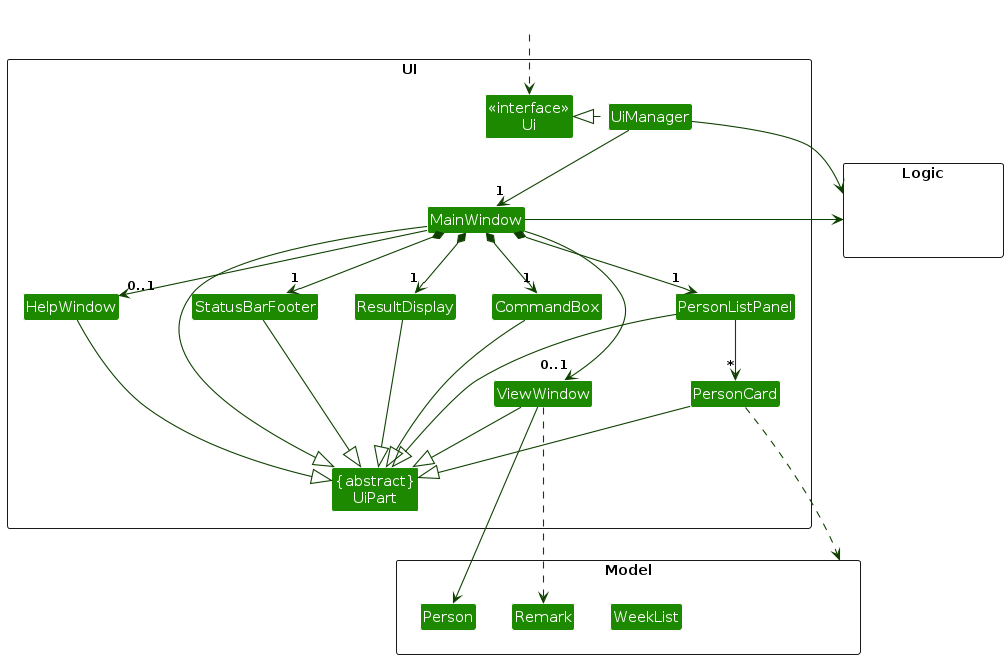
Before: diagrams/UiClassDiagram.png, a diagram exported from PlantUML (Isha-Sovasaria/tp). Its source is kept beside it as diagrams/UiClassDiagram.puml.
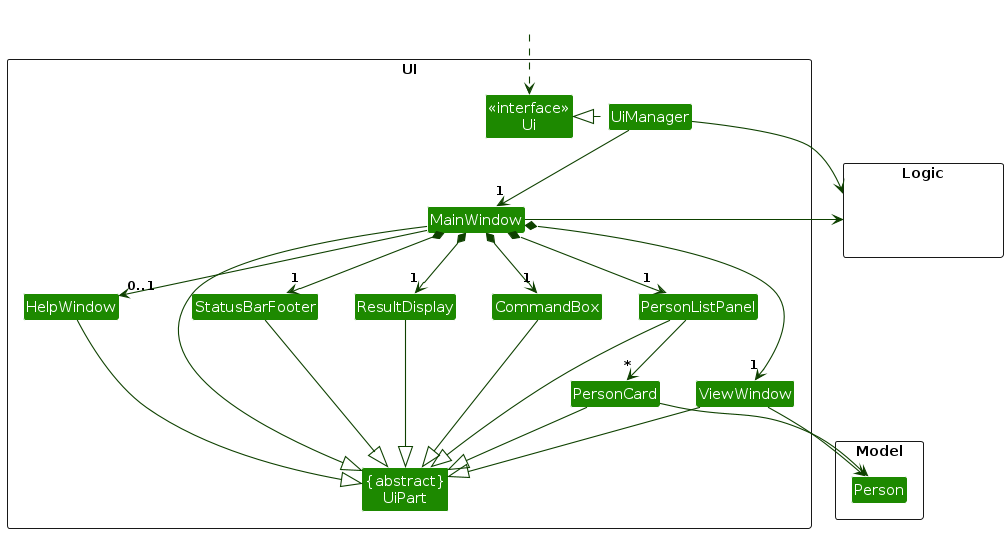
Later version of the same file.

Change to the diagram source:
```diff
@@ -12,26 +12,14 @@
 Class HelpWindow
 Class ResultDisplay
 Class PersonListPanel
-Class ViewWindow {
-    - person : Person
-}
-Class PersonCard {
-    - person : Person
-    - weekAttendance : FlowPane
-
-    + PersonCard(person : Person, displayedIndex : int)
-
-    - renderWeekAttendance(flowPane : FlowPane, weekList : WeekList)
-}
+Class PersonCard
 Class StatusBarFooter
 Class CommandBox
+Class ViewWindow
 }
 
 package Model <<Rectangle>> {
-Class HiddenModel #FFFFFF
-Class WeekList
 Class Person
-Class Remark
 }
 
 package Logic <<Rectangle>> {
@@ -48,12 +36,12 @@
 MainWindow *-down-> "1" PersonListPanel
 MainWindow *-down-> "1" StatusBarFooter
 MainWindow --> "0..1" HelpWindow
-MainWindow --> "0..1" ViewWindow
+MainWindow *-down-> "1" ViewWindow
 
 PersonListPanel -down-> "*" PersonCard
 
 MainWindow -left-|> UiPart
-
+ViewWindow --|> UiPart
 ResultDisplay --|> UiPart
 CommandBox --|> UiPart
 PersonListPanel --|> UiPart
@@ -61,11 +49,10 @@
 StatusBarFooter --|> UiPart
 HelpWindow --|> UiPart
 
-ViewWindow --|> UiPart
 ViewWindow -down-> Person
-ViewWindow ..down-> Remark
+PersonCard --> Person
 
-PersonCard ..> Model
+
 UiManager -right-> Logic
 MainWindow -left-> Logic
 
```
